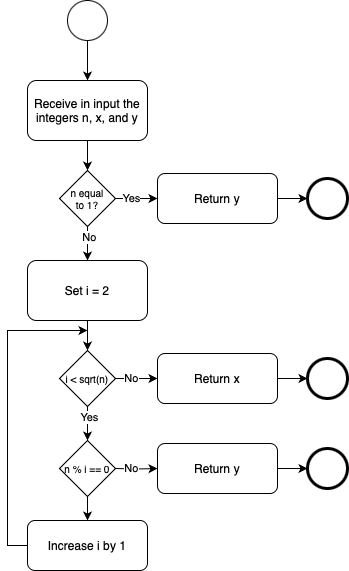
carlodenardin/svlm keeps this draw.io diagram as data/human_eval/p150/bpmn/l3.drawio.png. Above is the earlier version. Source tidied: cells renumbered, new cells last; positions are measured from the earlier drawing's top-left corner, leaving out a move shared by most shapes. Its diagram source:
```xml
<mxGraphModel background="#ffffff">
  <root>
    <mxCell id="0" />
    <mxCell id="1" parent="0" />
    <mxCell id="2" style="ellipse;whiteSpace=wrap;html=1;" parent="1" vertex="1">
      <mxGeometry x="60" width="40" height="40" as="geometry" />
    </mxCell>
    <mxCell id="3" style="ellipse;whiteSpace=wrap;html=1;strokeWidth=3;" parent="1" vertex="1">
      <mxGeometry x="300" y="358" width="40" height="40" as="geometry" />
    </mxCell>
    <mxCell id="4" style="endArrow=classic;html=1;rounded=0;exitX=0.5;exitY=1;exitDx=0;exitDy=0;entryX=0.5;entryY=0;entryDx=0;entryDy=0;" parent="1" edge="1" source="2" target="7">
      <mxGeometry relative="1" as="geometry" />
    </mxCell>
    <mxCell id="5" style="edgeStyle=orthogonalEdgeStyle;rounded=0;jettySize=auto;html=1;exitX=0.5;exitY=1;exitDx=0;exitDy=0;entryX=0.5;entryY=0;entryDx=0;entryDy=0;" parent="1" edge="1" target="12">
      <mxGeometry relative="1" as="geometry">
        <mxPoint x="80" y="320" as="sourcePoint" />
      </mxGeometry>
    </mxCell>
    <mxCell id="6" style="edgeStyle=orthogonalEdgeStyle;rounded=0;jettySize=auto;html=1;exitX=0.5;exitY=1;exitDx=0;exitDy=0;" parent="1" edge="1" source="7">
      <mxGeometry relative="1" as="geometry">
        <mxPoint x="80" y="170" as="targetPoint" />
      </mxGeometry>
    </mxCell>
    <mxCell id="7" value="Receive in input the integers n, x, and y" style="rounded=1;whiteSpace=wrap;html=1;" parent="1" vertex="1">
      <mxGeometry x="20" y="80" width="120" height="60" as="geometry" />
    </mxCell>
    <mxCell id="8" style="edgeStyle=orthogonalEdgeStyle;rounded=0;jettySize=auto;html=1;exitX=1;exitY=0.5;exitDx=0;exitDy=0;entryX=0;entryY=0.5;entryDx=0;entryDy=0;" parent="1" edge="1" source="12" target="14">
      <mxGeometry relative="1" as="geometry" />
    </mxCell>
    <mxCell id="9" value="No" style="edgeLabel;html=1;align=center;verticalAlign=middle;" parent="8" vertex="1">
      <mxGeometry x="-0.5" y="1" relative="1" as="geometry">
        <mxPoint x="4" as="offset" />
      </mxGeometry>
    </mxCell>
    <mxCell id="10" style="edgeStyle=orthogonalEdgeStyle;rounded=0;jettySize=auto;html=1;exitX=0.5;exitY=1;exitDx=0;exitDy=0;" parent="1" edge="1" source="12">
      <mxGeometry relative="1" as="geometry">
        <mxPoint x="80" y="440" as="targetPoint" />
      </mxGeometry>
    </mxCell>
    <mxCell id="11" value="Yes" style="edgeLabel;html=1;align=center;verticalAlign=middle;" parent="10" vertex="1">
      <mxGeometry x="-0.38" y="1" relative="1" as="geometry" />
    </mxCell>
    <mxCell id="12" value="i &amp;lt; sqrt(n)" style="rhombus;whiteSpace=wrap;html=1;fontSize=10;" parent="1" vertex="1">
      <mxGeometry x="52" y="350" width="56" height="56" as="geometry" />
    </mxCell>
    <mxCell id="13" style="edgeStyle=orthogonalEdgeStyle;rounded=0;jettySize=auto;html=1;exitX=1;exitY=0.5;exitDx=0;exitDy=0;entryX=0;entryY=0.5;entryDx=0;entryDy=0;" parent="1" edge="1" source="14" target="3">
      <mxGeometry relative="1" as="geometry" />
    </mxCell>
    <mxCell id="14" value="Return x" style="rounded=1;whiteSpace=wrap;html=1;" parent="1" vertex="1">
      <mxGeometry x="150" y="353" width="120" height="50" as="geometry" />
    </mxCell>
    <mxCell id="15" style="edgeStyle=orthogonalEdgeStyle;rounded=0;jettySize=auto;html=1;exitX=0;exitY=0.5;exitDx=0;exitDy=0;" parent="1" edge="1" source="16">
      <mxGeometry relative="1" as="geometry">
        <mxPoint x="80" y="330" as="targetPoint" />
        <Array as="points">
          <mxPoint y="545" />
          <mxPoint y="330" />
        </Array>
      </mxGeometry>
    </mxCell>
    <mxCell id="16" value="Increase i by 1" style="rounded=1;whiteSpace=wrap;html=1;" parent="1" vertex="1">
      <mxGeometry x="20" y="520" width="120" height="50" as="geometry" />
    </mxCell>
    <mxCell id="17" value="Set i = 2" style="rounded=1;whiteSpace=wrap;html=1;" parent="1" vertex="1">
      <mxGeometry x="20" y="260" width="120" height="60" as="geometry" />
    </mxCell>
    <mxCell id="18" style="ellipse;whiteSpace=wrap;html=1;strokeWidth=3;" parent="1" vertex="1">
      <mxGeometry x="300" y="178" width="40" height="40" as="geometry" />
    </mxCell>
    <mxCell id="19" style="edgeStyle=orthogonalEdgeStyle;rounded=0;jettySize=auto;html=1;exitX=1;exitY=0.5;exitDx=0;exitDy=0;entryX=0;entryY=0.5;entryDx=0;entryDy=0;" parent="1" edge="1" source="23" target="25">
      <mxGeometry relative="1" as="geometry" />
    </mxCell>
    <mxCell id="20" value="Yes" style="edgeLabel;html=1;align=center;verticalAlign=middle;" parent="19" vertex="1">
      <mxGeometry x="-0.5" y="1" relative="1" as="geometry">
        <mxPoint x="4" as="offset" />
      </mxGeometry>
    </mxCell>
    <mxCell id="21" style="edgeStyle=orthogonalEdgeStyle;rounded=0;jettySize=auto;html=1;exitX=0.5;exitY=1;exitDx=0;exitDy=0;entryX=0.5;entryY=0;entryDx=0;entryDy=0;" parent="1" edge="1" source="23">
      <mxGeometry relative="1" as="geometry">
        <mxPoint x="80" y="260" as="targetPoint" />
      </mxGeometry>
    </mxCell>
    <mxCell id="22" value="No" style="edgeLabel;html=1;align=center;verticalAlign=middle;" parent="21" vertex="1">
      <mxGeometry x="-0.38" y="1" relative="1" as="geometry" />
    </mxCell>
    <mxCell id="23" value="n equal&lt;div&gt;to 1?&lt;/div&gt;" style="rhombus;whiteSpace=wrap;html=1;fontSize=10;" parent="1" vertex="1">
      <mxGeometry x="52" y="170" width="56" height="56" as="geometry" />
    </mxCell>
    <mxCell id="24" style="edgeStyle=orthogonalEdgeStyle;rounded=0;jettySize=auto;html=1;exitX=1;exitY=0.5;exitDx=0;exitDy=0;entryX=0;entryY=0.5;entryDx=0;entryDy=0;" parent="1" edge="1" source="25" target="18">
      <mxGeometry relative="1" as="geometry" />
    </mxCell>
    <mxCell id="25" value="Return y" style="rounded=1;whiteSpace=wrap;html=1;" parent="1" vertex="1">
      <mxGeometry x="150" y="173" width="120" height="50" as="geometry" />
    </mxCell>
    <mxCell id="26" style="edgeStyle=orthogonalEdgeStyle;rounded=0;jettySize=auto;html=1;exitX=0.5;exitY=1;exitDx=0;exitDy=0;entryX=0.5;entryY=0;entryDx=0;entryDy=0;" parent="1" edge="1" source="27" target="16">
      <mxGeometry relative="1" as="geometry" />
    </mxCell>
    <mxCell id="27" value="n % i == 0" style="rhombus;whiteSpace=wrap;html=1;fontSize=10;" parent="1" vertex="1">
      <mxGeometry x="52" y="440" width="56" height="56" as="geometry" />
    </mxCell>
    <mxCell id="28" style="ellipse;whiteSpace=wrap;html=1;strokeWidth=3;" parent="1" vertex="1">
      <mxGeometry x="300" y="448" width="40" height="40" as="geometry" />
    </mxCell>
    <mxCell id="29" style="edgeStyle=orthogonalEdgeStyle;rounded=0;jettySize=auto;html=1;exitX=1;exitY=0.5;exitDx=0;exitDy=0;entryX=0;entryY=0.5;entryDx=0;entryDy=0;" parent="1" edge="1" target="32">
      <mxGeometry relative="1" as="geometry">
        <mxPoint x="108" y="468" as="sourcePoint" />
      </mxGeometry>
    </mxCell>
    <mxCell id="30" value="No" style="edgeLabel;html=1;align=center;verticalAlign=middle;" parent="29" vertex="1">
      <mxGeometry x="-0.5" y="1" relative="1" as="geometry">
        <mxPoint x="4" as="offset" />
      </mxGeometry>
    </mxCell>
    <mxCell id="31" style="edgeStyle=orthogonalEdgeStyle;rounded=0;jettySize=auto;html=1;exitX=1;exitY=0.5;exitDx=0;exitDy=0;entryX=0;entryY=0.5;entryDx=0;entryDy=0;" parent="1" edge="1" source="32" target="28">
      <mxGeometry relative="1" as="geometry" />
    </mxCell>
    <mxCell id="32" value="Return y" style="rounded=1;whiteSpace=wrap;html=1;" parent="1" vertex="1">
      <mxGeometry x="150" y="443" width="120" height="50" as="geometry" />
    </mxCell>
  </root>
</mxGraphModel>
```
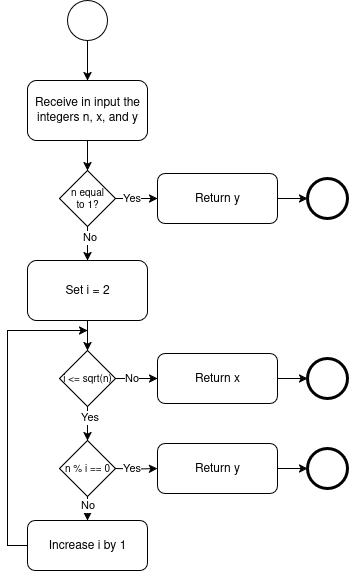
After the commit.

The edit, as a diff of the source:
```diff
@@ -11,53 +11,53 @@
     <mxCell id="4" style="endArrow=classic;html=1;rounded=0;exitX=0.5;exitY=1;exitDx=0;exitDy=0;entryX=0.5;entryY=0;entryDx=0;entryDy=0;" parent="1" edge="1" source="2" target="7">
       <mxGeometry relative="1" as="geometry" />
     </mxCell>
-    <mxCell id="5" style="edgeStyle=orthogonalEdgeStyle;rounded=0;jettySize=auto;html=1;exitX=0.5;exitY=1;exitDx=0;exitDy=0;entryX=0.5;entryY=0;entryDx=0;entryDy=0;" parent="1" edge="1" target="12">
-      <mxGeometry relative="1" as="geometry">
-        <mxPoint x="80" y="320" as="sourcePoint" />
-      </mxGeometry>
-    </mxCell>
-    <mxCell id="6" style="edgeStyle=orthogonalEdgeStyle;rounded=0;jettySize=auto;html=1;exitX=0.5;exitY=1;exitDx=0;exitDy=0;" parent="1" edge="1" source="7">
-      <mxGeometry relative="1" as="geometry">
-        <mxPoint x="80" y="170" as="targetPoint" />
-      </mxGeometry>
-    </mxCell>
+    <mxCell id="33" style="edgeStyle=orthogonalEdgeStyle;rounded=0;jettySize=auto;html=1;exitX=0.5;exitY=1;exitDx=0;exitDy=0;entryX=0.5;entryY=0;entryDx=0;entryDy=0;" parent="1" edge="1" target="39">
+      <mxGeometry relative="1" as="geometry">
+        <mxPoint x="80" y="320" as="sourcePoint" />
+      </mxGeometry>
+    </mxCell>
+    <mxCell id="34" style="edgeStyle=orthogonalEdgeStyle;rounded=0;jettySize=auto;html=1;exitX=0.5;exitY=1;exitDx=0;exitDy=0;" parent="1" edge="1" source="7">
+      <mxGeometry relative="1" as="geometry">
+        <mxPoint x="80" y="170" as="targetPoint" />
+      </mxGeometry>
+    </mxCell>
     <mxCell id="7" value="Receive in input the integers n, x, and y" style="rounded=1;whiteSpace=wrap;html=1;" parent="1" vertex="1">
       <mxGeometry x="20" y="80" width="120" height="60" as="geometry" />
     </mxCell>
-    <mxCell id="8" style="edgeStyle=orthogonalEdgeStyle;rounded=0;jettySize=auto;html=1;exitX=1;exitY=0.5;exitDx=0;exitDy=0;entryX=0;entryY=0.5;entryDx=0;entryDy=0;" parent="1" edge="1" source="12" target="14">
-      <mxGeometry relative="1" as="geometry" />
-    </mxCell>
-    <mxCell id="9" value="No" style="edgeLabel;html=1;align=center;verticalAlign=middle;" parent="8" vertex="1">
-      <mxGeometry x="-0.5" y="1" relative="1" as="geometry">
-        <mxPoint x="4" as="offset" />
-      </mxGeometry>
-    </mxCell>
-    <mxCell id="10" style="edgeStyle=orthogonalEdgeStyle;rounded=0;jettySize=auto;html=1;exitX=0.5;exitY=1;exitDx=0;exitDy=0;" parent="1" edge="1" source="12">
-      <mxGeometry relative="1" as="geometry">
-        <mxPoint x="80" y="440" as="targetPoint" />
-      </mxGeometry>
-    </mxCell>
-    <mxCell id="11" value="Yes" style="edgeLabel;html=1;align=center;verticalAlign=middle;" parent="10" vertex="1">
-      <mxGeometry x="-0.38" y="1" relative="1" as="geometry" />
-    </mxCell>
-    <mxCell id="12" value="i &amp;lt; sqrt(n)" style="rhombus;whiteSpace=wrap;html=1;fontSize=10;" parent="1" vertex="1">
-      <mxGeometry x="52" y="350" width="56" height="56" as="geometry" />
-    </mxCell>
+    <mxCell id="35" style="edgeStyle=orthogonalEdgeStyle;rounded=0;jettySize=auto;html=1;exitX=1;exitY=0.5;exitDx=0;exitDy=0;entryX=0;entryY=0.5;entryDx=0;entryDy=0;" parent="1" edge="1" source="39" target="14">
+      <mxGeometry relative="1" as="geometry" />
+    </mxCell>
+    <mxCell id="36" value="No" style="edgeLabel;html=1;align=center;verticalAlign=middle;" parent="35" vertex="1">
+      <mxGeometry x="-0.5" y="1" relative="1" as="geometry">
+        <mxPoint x="4" as="offset" />
+      </mxGeometry>
+    </mxCell>
+    <mxCell id="37" style="edgeStyle=orthogonalEdgeStyle;rounded=0;jettySize=auto;html=1;exitX=0.5;exitY=1;exitDx=0;exitDy=0;" parent="1" edge="1" source="39">
+      <mxGeometry relative="1" as="geometry">
+        <mxPoint x="80" y="440" as="targetPoint" />
+      </mxGeometry>
+    </mxCell>
+    <mxCell id="38" value="Yes" style="edgeLabel;html=1;align=center;verticalAlign=middle;" parent="37" vertex="1">
+      <mxGeometry x="-0.38" y="1" relative="1" as="geometry" />
+    </mxCell>
+    <mxCell id="39" value="i &amp;lt;= sqrt(n)" style="rhombus;whiteSpace=wrap;html=1;fontSize=10;" parent="1" vertex="1">
+      <mxGeometry x="52" y="350" width="56" height="56" as="geometry" />
+    </mxCell>
     <mxCell id="13" style="edgeStyle=orthogonalEdgeStyle;rounded=0;jettySize=auto;html=1;exitX=1;exitY=0.5;exitDx=0;exitDy=0;entryX=0;entryY=0.5;entryDx=0;entryDy=0;" parent="1" edge="1" source="14" target="3">
       <mxGeometry relative="1" as="geometry" />
     </mxCell>
     <mxCell id="14" value="Return x" style="rounded=1;whiteSpace=wrap;html=1;" parent="1" vertex="1">
       <mxGeometry x="150" y="353" width="120" height="50" as="geometry" />
     </mxCell>
-    <mxCell id="15" style="edgeStyle=orthogonalEdgeStyle;rounded=0;jettySize=auto;html=1;exitX=0;exitY=0.5;exitDx=0;exitDy=0;" parent="1" edge="1" source="16">
-      <mxGeometry relative="1" as="geometry">
-        <mxPoint x="80" y="330" as="targetPoint" />
-        <Array as="points">
-          <mxPoint y="545" />
-          <mxPoint y="330" />
-        </Array>
-      </mxGeometry>
-    </mxCell>
+    <mxCell id="40" style="edgeStyle=orthogonalEdgeStyle;rounded=0;jettySize=auto;html=1;exitX=0;exitY=0.5;exitDx=0;exitDy=0;" parent="1" edge="1" source="16">
+      <mxGeometry relative="1" as="geometry">
+        <mxPoint x="80" y="330" as="targetPoint" />
+        <Array as="points">
+          <mxPoint y="545" />
+          <mxPoint y="330" />
+        </Array>
+      </mxGeometry>
+    </mxCell>
     <mxCell id="16" value="Increase i by 1" style="rounded=1;whiteSpace=wrap;html=1;" parent="1" vertex="1">
       <mxGeometry x="20" y="520" width="120" height="50" as="geometry" />
     </mxCell>
@@ -70,19 +70,19 @@
     <mxCell id="19" style="edgeStyle=orthogonalEdgeStyle;rounded=0;jettySize=auto;html=1;exitX=1;exitY=0.5;exitDx=0;exitDy=0;entryX=0;entryY=0.5;entryDx=0;entryDy=0;" parent="1" edge="1" source="23" target="25">
       <mxGeometry relative="1" as="geometry" />
     </mxCell>
-    <mxCell id="20" value="Yes" style="edgeLabel;html=1;align=center;verticalAlign=middle;" parent="19" vertex="1">
-      <mxGeometry x="-0.5" y="1" relative="1" as="geometry">
-        <mxPoint x="4" as="offset" />
-      </mxGeometry>
-    </mxCell>
-    <mxCell id="21" style="edgeStyle=orthogonalEdgeStyle;rounded=0;jettySize=auto;html=1;exitX=0.5;exitY=1;exitDx=0;exitDy=0;entryX=0.5;entryY=0;entryDx=0;entryDy=0;" parent="1" edge="1" source="23">
-      <mxGeometry relative="1" as="geometry">
-        <mxPoint x="80" y="260" as="targetPoint" />
-      </mxGeometry>
-    </mxCell>
-    <mxCell id="22" value="No" style="edgeLabel;html=1;align=center;verticalAlign=middle;" parent="21" vertex="1">
-      <mxGeometry x="-0.38" y="1" relative="1" as="geometry" />
-    </mxCell>
+    <mxCell id="41" value="Yes" style="edgeLabel;html=1;align=center;verticalAlign=middle;" parent="19" vertex="1">
+      <mxGeometry x="-0.5" y="1" relative="1" as="geometry">
+        <mxPoint x="4" as="offset" />
+      </mxGeometry>
+    </mxCell>
+    <mxCell id="42" style="edgeStyle=orthogonalEdgeStyle;rounded=0;jettySize=auto;html=1;exitX=0.5;exitY=1;exitDx=0;exitDy=0;entryX=0.5;entryY=0;entryDx=0;entryDy=0;" parent="1" edge="1" source="23">
+      <mxGeometry relative="1" as="geometry">
+        <mxPoint x="80" y="260" as="targetPoint" />
+      </mxGeometry>
+    </mxCell>
+    <mxCell id="43" value="No" style="edgeLabel;html=1;align=center;verticalAlign=middle;" parent="42" vertex="1">
+      <mxGeometry x="-0.38" y="1" relative="1" as="geometry" />
+    </mxCell>
     <mxCell id="23" value="n equal&lt;div&gt;to 1?&lt;/div&gt;" style="rhombus;whiteSpace=wrap;html=1;fontSize=10;" parent="1" vertex="1">
       <mxGeometry x="52" y="170" width="56" height="56" as="geometry" />
     </mxCell>
@@ -101,21 +101,26 @@
     <mxCell id="28" style="ellipse;whiteSpace=wrap;html=1;strokeWidth=3;" parent="1" vertex="1">
       <mxGeometry x="300" y="448" width="40" height="40" as="geometry" />
     </mxCell>
-    <mxCell id="29" style="edgeStyle=orthogonalEdgeStyle;rounded=0;jettySize=auto;html=1;exitX=1;exitY=0.5;exitDx=0;exitDy=0;entryX=0;entryY=0.5;entryDx=0;entryDy=0;" parent="1" edge="1" target="32">
-      <mxGeometry relative="1" as="geometry">
-        <mxPoint x="108" y="468" as="sourcePoint" />
-      </mxGeometry>
-    </mxCell>
-    <mxCell id="30" value="No" style="edgeLabel;html=1;align=center;verticalAlign=middle;" parent="29" vertex="1">
-      <mxGeometry x="-0.5" y="1" relative="1" as="geometry">
-        <mxPoint x="4" as="offset" />
-      </mxGeometry>
-    </mxCell>
+    <mxCell id="44" style="edgeStyle=orthogonalEdgeStyle;rounded=0;jettySize=auto;html=1;exitX=1;exitY=0.5;exitDx=0;exitDy=0;entryX=0;entryY=0.5;entryDx=0;entryDy=0;" parent="1" edge="1" target="32">
+      <mxGeometry relative="1" as="geometry">
+        <mxPoint x="108" y="468" as="sourcePoint" />
+      </mxGeometry>
+    </mxCell>
+    <mxCell id="45" value="Yes" style="edgeLabel;html=1;align=center;verticalAlign=middle;" parent="44" vertex="1">
+      <mxGeometry x="-0.5" y="1" relative="1" as="geometry">
+        <mxPoint x="4" as="offset" />
+      </mxGeometry>
+    </mxCell>
     <mxCell id="31" style="edgeStyle=orthogonalEdgeStyle;rounded=0;jettySize=auto;html=1;exitX=1;exitY=0.5;exitDx=0;exitDy=0;entryX=0;entryY=0.5;entryDx=0;entryDy=0;" parent="1" edge="1" source="32" target="28">
       <mxGeometry relative="1" as="geometry" />
     </mxCell>
     <mxCell id="32" value="Return y" style="rounded=1;whiteSpace=wrap;html=1;" parent="1" vertex="1">
       <mxGeometry x="150" y="443" width="120" height="50" as="geometry" />
     </mxCell>
+    <mxCell id="46" value="No" style="edgeLabel;html=1;align=center;verticalAlign=middle;" parent="1" vertex="1">
+      <mxGeometry x="84" y="503" as="geometry">
+        <mxPoint x="-5" y="1" as="offset" />
+      </mxGeometry>
+    </mxCell>
   </root>
 </mxGraphModel>
```
